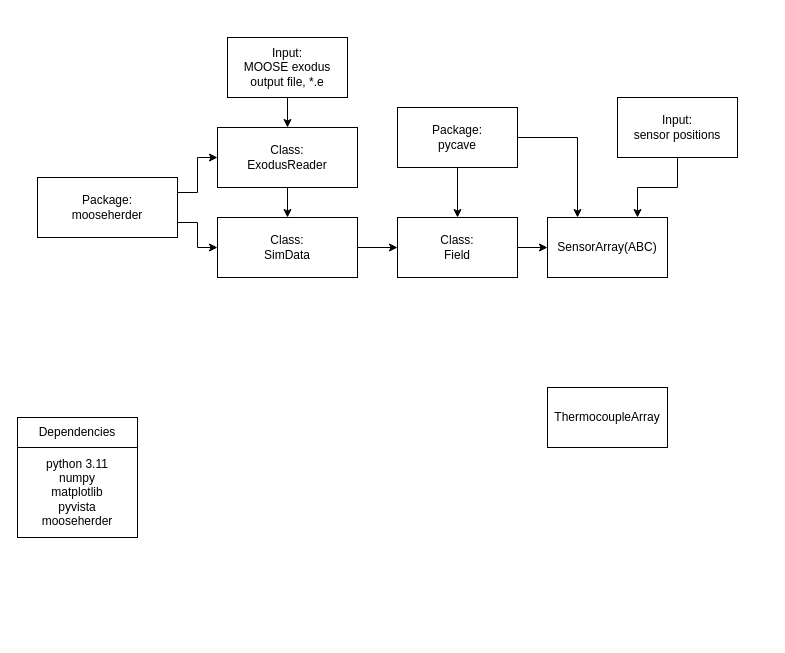
Above: reports/pycave.drawio in Digital-Validation-Laboratory/pyvale (draw.io), before the change. Source tidied: cells renumbered, new cells numbered last; positions are measured from the earlier drawing's top-left corner, leaving out a move shared by most shapes. Both pictures are drawn from the tidied source at 100%, with x=0, y=0 at pixel (17, 37).
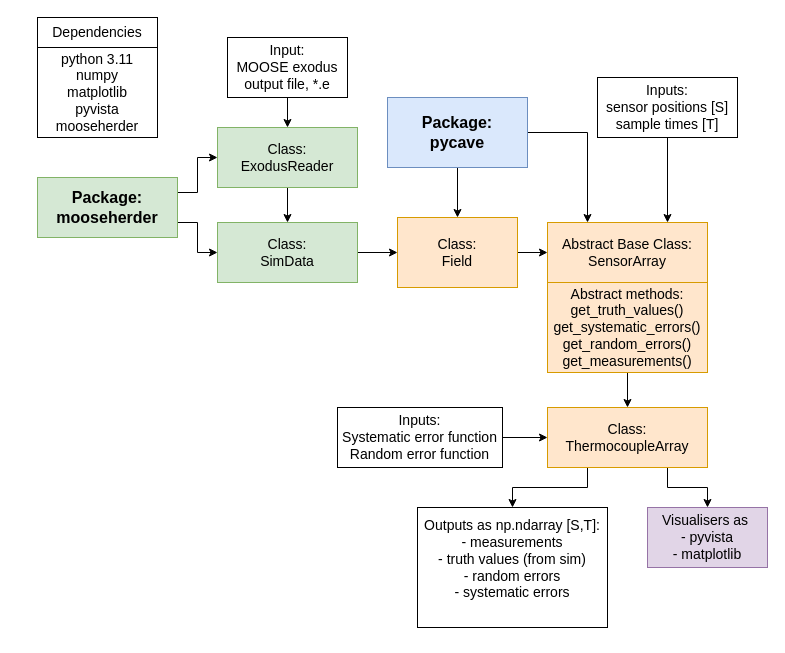
The same diagram, later.

The edit, as a diff of the source:
```diff
@@
-    <mxCell id="2" style="edgeStyle=orthogonalEdgeStyle;rounded=0;jettySize=auto;html=1;entryX=0.5;entryY=0;entryDx=0;entryDy=0;" parent="1" edge="1" source="4" target="8">
+    <mxCell id="2" style="edgeStyle=orthogonalEdgeStyle;rounded=0;jettySize=auto;html=1;entryX=0.5;entryY=0;entryDx=0;entryDy=0;fontSize=14;fontFamily=Helvetica;" parent="1" edge="1" source="4" target="8">
       <mxGeometry relative="1" as="geometry" />
     </mxCell>
-    <mxCell id="3" style="edgeStyle=orthogonalEdgeStyle;rounded=0;jettySize=auto;html=1;exitX=1;exitY=0.5;exitDx=0;exitDy=0;entryX=0.25;entryY=0;entryDx=0;entryDy=0;" parent="1" edge="1" source="4" target="9">
+    <mxCell id="3" style="edgeStyle=orthogonalEdgeStyle;rounded=0;jettySize=auto;html=1;exitX=1;exitY=0.5;exitDx=0;exitDy=0;entryX=0.25;entryY=0;entryDx=0;entryDy=0;fontSize=14;fontFamily=Helvetica;" parent="1" edge="1" source="4" target="9">
       <mxGeometry relative="1" as="geometry" />
     </mxCell>
-    <mxCell id="4" value="Package:&lt;br&gt;pycave" style="rounded=0;whiteSpace=wrap;html=1;" parent="1" vertex="1">
-      <mxGeometry x="380" y="70" width="120" height="60" as="geometry" />
+    <mxCell id="4" value="&lt;b style=&quot;font-size: 16px;&quot;&gt;Package:&lt;br style=&quot;&quot;&gt;pycave&lt;/b&gt;" style="rounded=0;whiteSpace=wrap;html=1;fillColor=#dae8fc;strokeColor=#6c8ebf;fontSize=14;fontFamily=Helvetica;" parent="1" vertex="1">
+      <mxGeometry x="370" y="60" width="140" height="70" as="geometry" />
     </mxCell>
-    <mxCell id="5" value="Dependencies" style="rounded=0;whiteSpace=wrap;html=1;" parent="1" vertex="1">
-      <mxGeometry y="380" width="120" height="30" as="geometry" />
+    <mxCell id="5" value="Dependencies" style="rounded=0;whiteSpace=wrap;html=1;fontSize=14;fontFamily=Helvetica;" parent="1" vertex="1">
+      <mxGeometry x="20" y="-20" width="120" height="30" as="geometry" />
     </mxCell>
-    <mxCell id="6" value="python 3.11&lt;div&gt;numpy&lt;/div&gt;&lt;div&gt;matplotlib&lt;/div&gt;&lt;div&gt;pyvista&lt;/div&gt;&lt;div&gt;mooseherder&lt;/div&gt;" style="rounded=0;whiteSpace=wrap;html=1;" parent="1" vertex="1">
-      <mxGeometry y="410" width="120" height="90" as="geometry" />
+    <mxCell id="6" value="python 3.11&lt;div style=&quot;font-size: 14px;&quot;&gt;numpy&lt;/div&gt;&lt;div style=&quot;font-size: 14px;&quot;&gt;matplotlib&lt;/div&gt;&lt;div style=&quot;font-size: 14px;&quot;&gt;pyvista&lt;/div&gt;&lt;div style=&quot;font-size: 14px;&quot;&gt;mooseherder&lt;/div&gt;" style="rounded=0;whiteSpace=wrap;html=1;fontSize=14;fontFamily=Helvetica;" parent="1" vertex="1">
+      <mxGeometry x="20" y="10" width="120" height="90" as="geometry" />
     </mxCell>
-    <mxCell id="7" style="edgeStyle=orthogonalEdgeStyle;rounded=0;jettySize=auto;html=1;entryX=0;entryY=0.5;entryDx=0;entryDy=0;" parent="1" edge="1" source="8" target="9">
+    <mxCell id="7" style="edgeStyle=orthogonalEdgeStyle;rounded=0;jettySize=auto;html=1;entryX=0;entryY=0.5;entryDx=0;entryDy=0;fontSize=14;fontFamily=Helvetica;" parent="1" edge="1" source="8" target="9">
       <mxGeometry relative="1" as="geometry" />
     </mxCell>
-    <mxCell id="8" value="Class:&lt;div&gt;Field&lt;/div&gt;" style="rounded=0;whiteSpace=wrap;html=1;" parent="1" vertex="1">
-      <mxGeometry x="380" y="180" width="120" height="60" as="geometry" />
+    <mxCell id="8" value="Class:&lt;div style=&quot;font-size: 14px;&quot;&gt;Field&lt;/div&gt;" style="rounded=0;whiteSpace=wrap;html=1;fillColor=#ffe6cc;strokeColor=#d79b00;fontSize=14;fontFamily=Helvetica;" parent="1" vertex="1">
+      <mxGeometry x="380" y="180" width="120" height="70" as="geometry" />
     </mxCell>
-    <mxCell id="9" value="SensorArray(ABC)" style="rounded=0;whiteSpace=wrap;html=1;" parent="1" vertex="1">
-      <mxGeometry x="530" y="180" width="120" height="60" as="geometry" />
+    <mxCell id="9" value="Abstract Base Class:&lt;div style=&quot;font-size: 14px;&quot;&gt;SensorArray&lt;/div&gt;" style="rounded=0;whiteSpace=wrap;html=1;fillColor=#ffe6cc;strokeColor=#d79b00;fontSize=14;fontFamily=Helvetica;" parent="1" vertex="1">
+      <mxGeometry x="530" y="185" width="160" height="60" as="geometry" />
     </mxCell>
-    <mxCell id="10" style="edgeStyle=orthogonalEdgeStyle;rounded=0;jettySize=auto;html=1;entryX=0;entryY=0.5;entryDx=0;entryDy=0;" parent="1" edge="1" source="11" target="8">
+    <mxCell id="10" style="edgeStyle=orthogonalEdgeStyle;rounded=0;jettySize=auto;html=1;entryX=0;entryY=0.5;entryDx=0;entryDy=0;fontSize=14;fontFamily=Helvetica;" parent="1" edge="1" source="11" target="8">
       <mxGeometry relative="1" as="geometry" />
     </mxCell>
-    <mxCell id="11" value="Class:&lt;div&gt;SimData&lt;/div&gt;" style="rounded=0;whiteSpace=wrap;html=1;" parent="1" vertex="1">
-      <mxGeometry x="200" y="180" width="140" height="60" as="geometry" />
+    <mxCell id="11" value="Class:&lt;div style=&quot;font-size: 14px;&quot;&gt;SimData&lt;/div&gt;" style="rounded=0;whiteSpace=wrap;html=1;fillColor=#d5e8d4;strokeColor=#82b366;fontSize=14;fontFamily=Helvetica;" parent="1" vertex="1">
+      <mxGeometry x="200" y="185" width="140" height="60" as="geometry" />
     </mxCell>
+    <mxCell id="22" style="edgeStyle=orthogonalEdgeStyle;rounded=0;jettySize=auto;html=1;exitX=0.75;exitY=1;exitDx=0;exitDy=0;fontSize=14;fontFamily=Helvetica;" parent="1" edge="1" source="12" target="30">
+      <mxGeometry relative="1" as="geometry" />
+    </mxCell>
+    <mxCell id="23" style="edgeStyle=orthogonalEdgeStyle;rounded=0;jettySize=auto;html=1;exitX=0.25;exitY=1;exitDx=0;exitDy=0;fontSize=14;fontFamily=Helvetica;" parent="1" edge="1" source="12" target="29">
+      <mxGeometry relative="1" as="geometry" />
+    </mxCell>
-    <mxCell id="12" value="ThermocoupleArray" style="rounded=0;whiteSpace=wrap;html=1;" parent="1" vertex="1">
-      <mxGeometry x="530" y="350" width="120" height="60" as="geometry" />
+    <mxCell id="12" value="Class:&lt;div style=&quot;font-size: 14px;&quot;&gt;ThermocoupleArray&lt;/div&gt;" style="rounded=0;whiteSpace=wrap;html=1;fillColor=#ffe6cc;strokeColor=#d79b00;fontSize=14;fontFamily=Helvetica;" parent="1" vertex="1">
+      <mxGeometry x="530" y="370" width="160" height="60" as="geometry" />
     </mxCell>
-    <mxCell id="13" style="edgeStyle=orthogonalEdgeStyle;rounded=0;jettySize=auto;html=1;exitX=0.5;exitY=1;exitDx=0;exitDy=0;entryX=0.75;entryY=0;entryDx=0;entryDy=0;" parent="1" edge="1" source="14" target="9">
+    <mxCell id="13" style="edgeStyle=orthogonalEdgeStyle;rounded=0;jettySize=auto;html=1;exitX=0.5;exitY=1;exitDx=0;exitDy=0;entryX=0.75;entryY=0;entryDx=0;entryDy=0;fontSize=14;fontFamily=Helvetica;" parent="1" edge="1" source="14" target="9">
       <mxGeometry relative="1" as="geometry" />
     </mxCell>
-    <mxCell id="14" value="Input:&lt;div&gt;sensor positions&lt;/div&gt;" style="rounded=0;whiteSpace=wrap;html=1;" parent="1" vertex="1">
-      <mxGeometry x="600" y="60" width="120" height="60" as="geometry" />
+    <mxCell id="14" value="Inputs:&lt;div style=&quot;font-size: 14px;&quot;&gt;sensor positions [S]&lt;/div&gt;&lt;div style=&quot;font-size: 14px;&quot;&gt;sample times [T]&lt;/div&gt;" style="rounded=0;whiteSpace=wrap;html=1;fontSize=14;fontFamily=Helvetica;" parent="1" vertex="1">
+      <mxGeometry x="580" y="40" width="140" height="60" as="geometry" />
     </mxCell>
-    <mxCell id="15" style="edgeStyle=orthogonalEdgeStyle;rounded=0;jettySize=auto;html=1;exitX=0.5;exitY=1;exitDx=0;exitDy=0;entryX=0.5;entryY=0;entryDx=0;entryDy=0;" parent="1" edge="1" source="16" target="21">
+    <mxCell id="15" style="edgeStyle=orthogonalEdgeStyle;rounded=0;jettySize=auto;html=1;exitX=0.5;exitY=1;exitDx=0;exitDy=0;entryX=0.5;entryY=0;entryDx=0;entryDy=0;fontSize=14;fontFamily=Helvetica;" parent="1" edge="1" source="16" target="21">
       <mxGeometry relative="1" as="geometry" />
     </mxCell>
-    <mxCell id="16" value="Input:&lt;div&gt;MOOSE exodus output file, *.e&lt;/div&gt;" style="rounded=0;whiteSpace=wrap;html=1;" parent="1" vertex="1">
+    <mxCell id="16" value="Input:&lt;div style=&quot;font-size: 14px;&quot;&gt;MOOSE exodus output file, *.e&lt;/div&gt;" style="rounded=0;whiteSpace=wrap;html=1;fontSize=14;fontFamily=Helvetica;" parent="1" vertex="1">
       <mxGeometry x="210" width="120" height="60" as="geometry" />
     </mxCell>
-    <mxCell id="17" style="edgeStyle=orthogonalEdgeStyle;rounded=0;jettySize=auto;html=1;exitX=1;exitY=0.25;exitDx=0;exitDy=0;entryX=0;entryY=0.5;entryDx=0;entryDy=0;" parent="1" edge="1" source="19" target="21">
+    <mxCell id="17" style="edgeStyle=orthogonalEdgeStyle;rounded=0;jettySize=auto;html=1;exitX=1;exitY=0.25;exitDx=0;exitDy=0;entryX=0;entryY=0.5;entryDx=0;entryDy=0;fontSize=14;fontFamily=Helvetica;" parent="1" edge="1" source="19" target="21">
       <mxGeometry relative="1" as="geometry" />
     </mxCell>
-    <mxCell id="18" style="edgeStyle=orthogonalEdgeStyle;rounded=0;jettySize=auto;html=1;exitX=1;exitY=0.75;exitDx=0;exitDy=0;entryX=0;entryY=0.5;entryDx=0;entryDy=0;" parent="1" edge="1" source="19" target="11">
+    <mxCell id="18" style="edgeStyle=orthogonalEdgeStyle;rounded=0;jettySize=auto;html=1;exitX=1;exitY=0.75;exitDx=0;exitDy=0;entryX=0;entryY=0.5;entryDx=0;entryDy=0;fontSize=14;fontFamily=Helvetica;" parent="1" edge="1" source="19" target="11">
       <mxGeometry relative="1" as="geometry" />
     </mxCell>
-    <mxCell id="19" value="Package:&lt;div&gt;mooseherder&lt;/div&gt;" style="rounded=0;whiteSpace=wrap;html=1;" parent="1" vertex="1">
+    <mxCell id="19" value="&lt;font style=&quot;font-size: 16px;&quot;&gt;&lt;b&gt;Package:&lt;/b&gt;&lt;/font&gt;&lt;div style=&quot;font-size: 16px;&quot;&gt;&lt;font style=&quot;font-size: 16px;&quot;&gt;&lt;b&gt;mooseherder&lt;/b&gt;&lt;/font&gt;&lt;/div&gt;" style="rounded=0;whiteSpace=wrap;html=1;fillColor=#d5e8d4;strokeColor=#82b366;fontSize=14;fontFamily=Helvetica;" parent="1" vertex="1">
       <mxGeometry x="20" y="140" width="140" height="60" as="geometry" />
     </mxCell>
-    <mxCell id="20" style="edgeStyle=orthogonalEdgeStyle;rounded=0;jettySize=auto;html=1;entryX=0.5;entryY=0;entryDx=0;entryDy=0;" parent="1" edge="1" source="21" target="11">
+    <mxCell id="20" style="edgeStyle=orthogonalEdgeStyle;rounded=0;jettySize=auto;html=1;entryX=0.5;entryY=0;entryDx=0;entryDy=0;fontSize=14;fontFamily=Helvetica;" parent="1" edge="1" source="21" target="11">
       <mxGeometry relative="1" as="geometry" />
     </mxCell>
-    <mxCell id="21" value="Class:&lt;div&gt;ExodusReader&lt;/div&gt;" style="rounded=0;whiteSpace=wrap;html=1;" parent="1" vertex="1">
+    <mxCell id="21" value="Class:&lt;div style=&quot;font-size: 14px;&quot;&gt;ExodusReader&lt;/div&gt;" style="rounded=0;whiteSpace=wrap;html=1;fillColor=#d5e8d4;strokeColor=#82b366;fontSize=14;fontFamily=Helvetica;" parent="1" vertex="1">
       <mxGeometry x="200" y="90" width="140" height="60" as="geometry" />
     </mxCell>
+    <mxCell id="24" style="edgeStyle=orthogonalEdgeStyle;rounded=0;orthogonalLoop=1;jettySize=auto;html=1;exitX=0.5;exitY=1;exitDx=0;exitDy=0;fontSize=14;fontFamily=Helvetica;" parent="1" edge="1">
+      <mxGeometry relative="1" as="geometry">
+        <mxPoint x="600" y="380" as="sourcePoint" />
+        <mxPoint x="600" y="380" as="targetPoint" />
+      </mxGeometry>
+    </mxCell>
+    <mxCell id="25" style="edgeStyle=orthogonalEdgeStyle;rounded=0;jettySize=auto;html=1;exitX=0.5;exitY=1;exitDx=0;exitDy=0;entryX=0.5;entryY=0;entryDx=0;entryDy=0;fontSize=14;fontFamily=Helvetica;" parent="1" edge="1" source="26" target="12">
+      <mxGeometry relative="1" as="geometry" />
+    </mxCell>
+    <mxCell id="26" value="Abstract methods:&lt;div style=&quot;font-size: 14px;&quot;&gt;get_truth_values()&lt;/div&gt;&lt;div style=&quot;font-size: 14px;&quot;&gt;get_systematic_errors()&lt;/div&gt;&lt;div style=&quot;font-size: 14px;&quot;&gt;get_random_errors()&lt;/div&gt;&lt;div style=&quot;font-size: 14px;&quot;&gt;get_measurements()&lt;/div&gt;" style="rounded=0;whiteSpace=wrap;html=1;fillColor=#ffe6cc;strokeColor=#d79b00;fontSize=14;fontFamily=Helvetica;" parent="1" vertex="1">
+      <mxGeometry x="530" y="245" width="160" height="90" as="geometry" />
+    </mxCell>
+    <mxCell id="27" style="edgeStyle=orthogonalEdgeStyle;rounded=0;jettySize=auto;html=1;entryX=0;entryY=0.5;entryDx=0;entryDy=0;fontSize=14;fontFamily=Helvetica;" parent="1" edge="1" source="28" target="12">
+      <mxGeometry relative="1" as="geometry" />
+    </mxCell>
+    <mxCell id="28" value="Inputs:&lt;div style=&quot;font-size: 14px;&quot;&gt;Systematic error function&lt;/div&gt;&lt;div style=&quot;font-size: 14px;&quot;&gt;Random error function&lt;/div&gt;" style="rounded=0;whiteSpace=wrap;html=1;fontSize=14;fontFamily=Helvetica;" parent="1" vertex="1">
+      <mxGeometry x="320" y="370" width="165" height="60" as="geometry" />
+    </mxCell>
+    <mxCell id="29" value="Outputs as np.ndarray [S,T]:&lt;div style=&quot;font-size: 14px;&quot;&gt;- measurements&lt;/div&gt;&lt;div style=&quot;font-size: 14px;&quot;&gt;- truth values (from sim)&lt;/div&gt;&lt;div style=&quot;font-size: 14px;&quot;&gt;- random errors&lt;/div&gt;&lt;div style=&quot;font-size: 14px;&quot;&gt;- systematic errors&lt;/div&gt;&lt;div style=&quot;font-size: 14px;&quot;&gt;&lt;br style=&quot;font-size: 14px;&quot;&gt;&lt;/div&gt;" style="rounded=0;whiteSpace=wrap;html=1;fontSize=14;fontFamily=Helvetica;" parent="1" vertex="1">
+      <mxGeometry x="400" y="470" width="190" height="120" as="geometry" />
+    </mxCell>
+    <mxCell id="30" value="Visualisers as&amp;nbsp;&lt;div style=&quot;font-size: 14px;&quot;&gt;- pyvista&lt;/div&gt;&lt;div style=&quot;font-size: 14px;&quot;&gt;- matplotlib&lt;/div&gt;" style="rounded=0;whiteSpace=wrap;html=1;fillColor=#e1d5e7;strokeColor=#9673a6;fontSize=14;fontFamily=Helvetica;" parent="1" vertex="1">
+      <mxGeometry x="630" y="470" width="120" height="60" as="geometry" />
+    </mxCell>
+    <mxCell id="31" style="edgeStyle=orthogonalEdgeStyle;rounded=0;orthogonalLoop=1;jettySize=auto;html=1;exitX=0.5;exitY=1;exitDx=0;exitDy=0;" parent="1" edge="1" source="29" target="29">
+      <mxGeometry relative="1" as="geometry" />
+    </mxCell>
```
